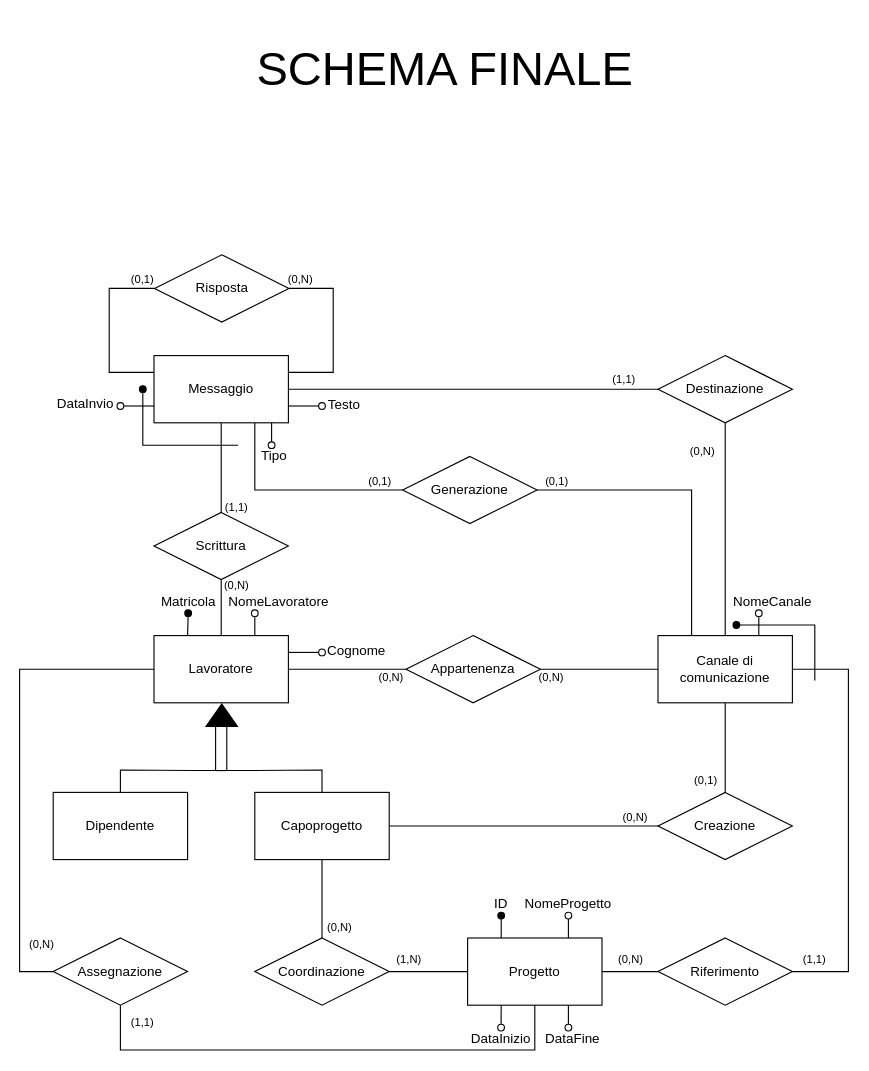
This is page "schema-finale" (4 of 4) of Relazione/Schema ER/scheletro.drawio from martafra/BD-Chat-Multicanale, a draw.io file, before an edit. Source tidied: cells renumbered, new cells numbered last; positions are measured from the earlier drawing's top-left corner, leaving out a move shared by most shapes. Both pictures are drawn from the tidied source at 112%, with x=0, y=0 at pixel (19, 19).
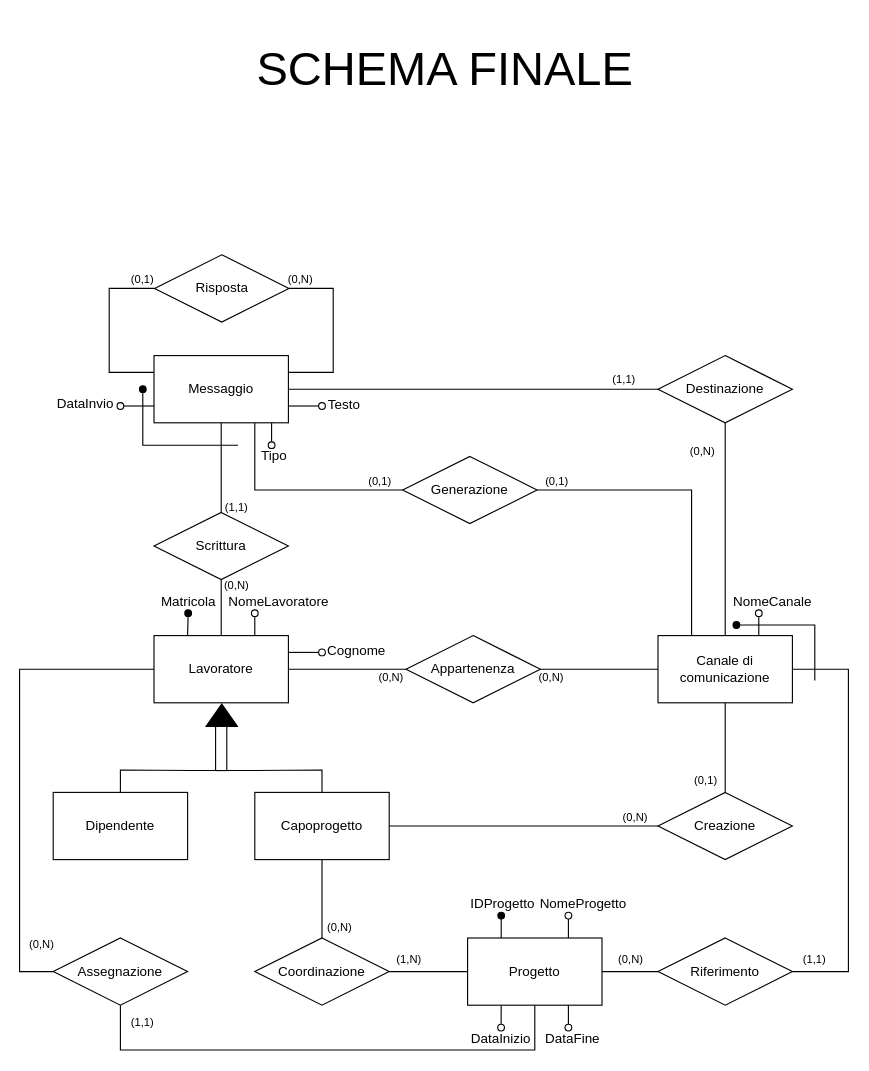
The same page after the edit.

What changed in the source:
```diff
@@
-    <mxCell id="51" value="ID" style="text;html=1;strokeColor=none;fillColor=none;align=center;verticalAlign=middle;whiteSpace=wrap;rounded=0;" parent="1" vertex="1">
-      <mxGeometry x="410" y="780" width="40" height="20" as="geometry" />
+    <mxCell id="51" value="IDProgetto" style="text;html=1;strokeColor=none;fillColor=none;align=center;verticalAlign=middle;whiteSpace=wrap;rounded=0;" parent="1" vertex="1">
+      <mxGeometry x="404" y="780" width="55" height="20" as="geometry" />
     </mxCell>
     <mxCell id="52" value="NomeProgetto" style="text;html=1;strokeColor=none;fillColor=none;align=center;verticalAlign=middle;whiteSpace=wrap;rounded=0;" parent="1" vertex="1">
-      <mxGeometry x="470" y="780" width="40" height="20" as="geometry" />
+      <mxGeometry x="466" y="780" width="75" height="20" as="geometry" />
     </mxCell>
```
